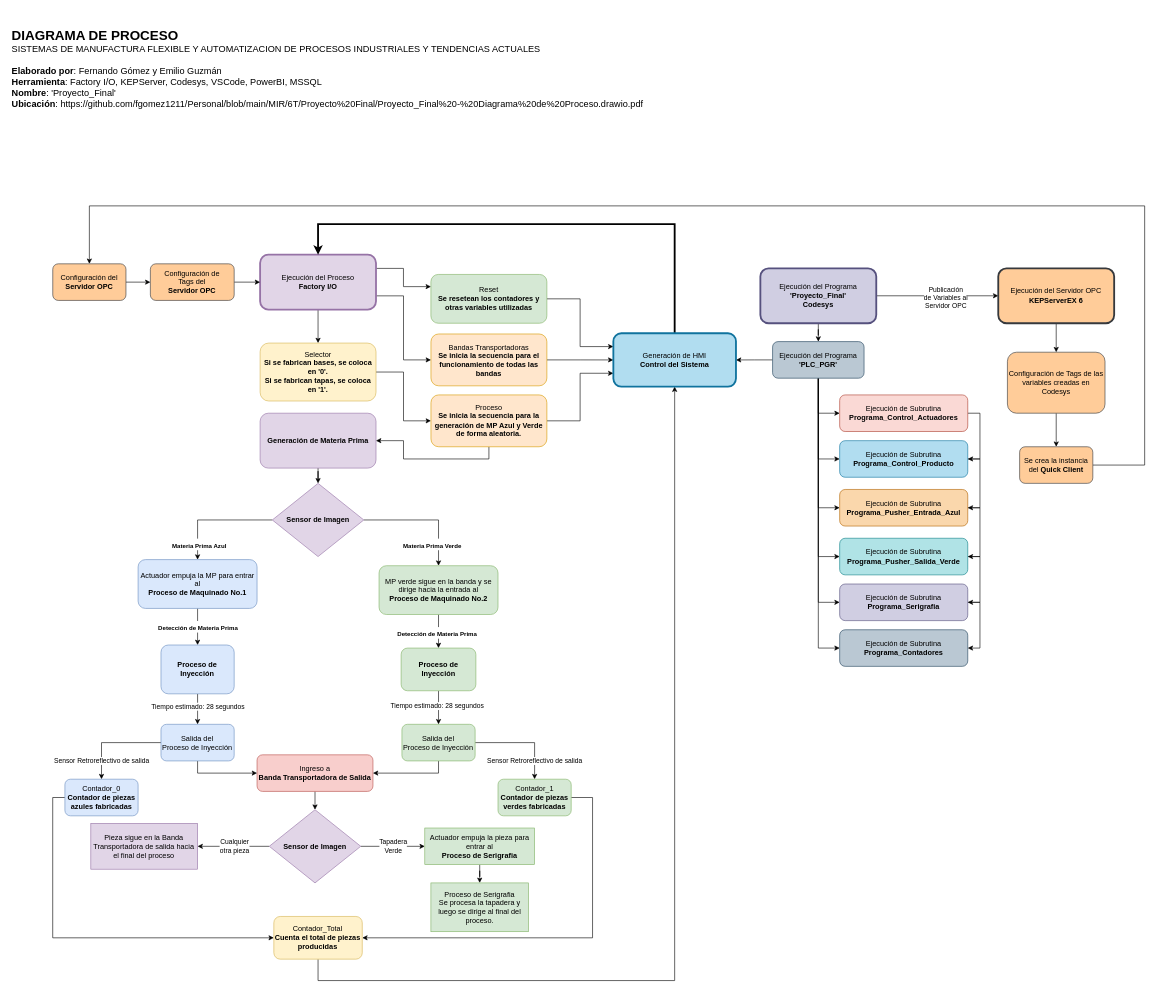
Before: MIR/6T/Proyecto Final/Proyecto_Final - Diagrama de Proceso.drawio in fgomez1211/Personal, a draw.io diagram. Source tidied: cells renumbered, new cells numbered last; positions are measured from the earlier drawing's top-left corner, leaving out a move shared by most shapes. Both pictures are drawn from the tidied source at 61%, with x=0, y=0 at pixel (10, 10).
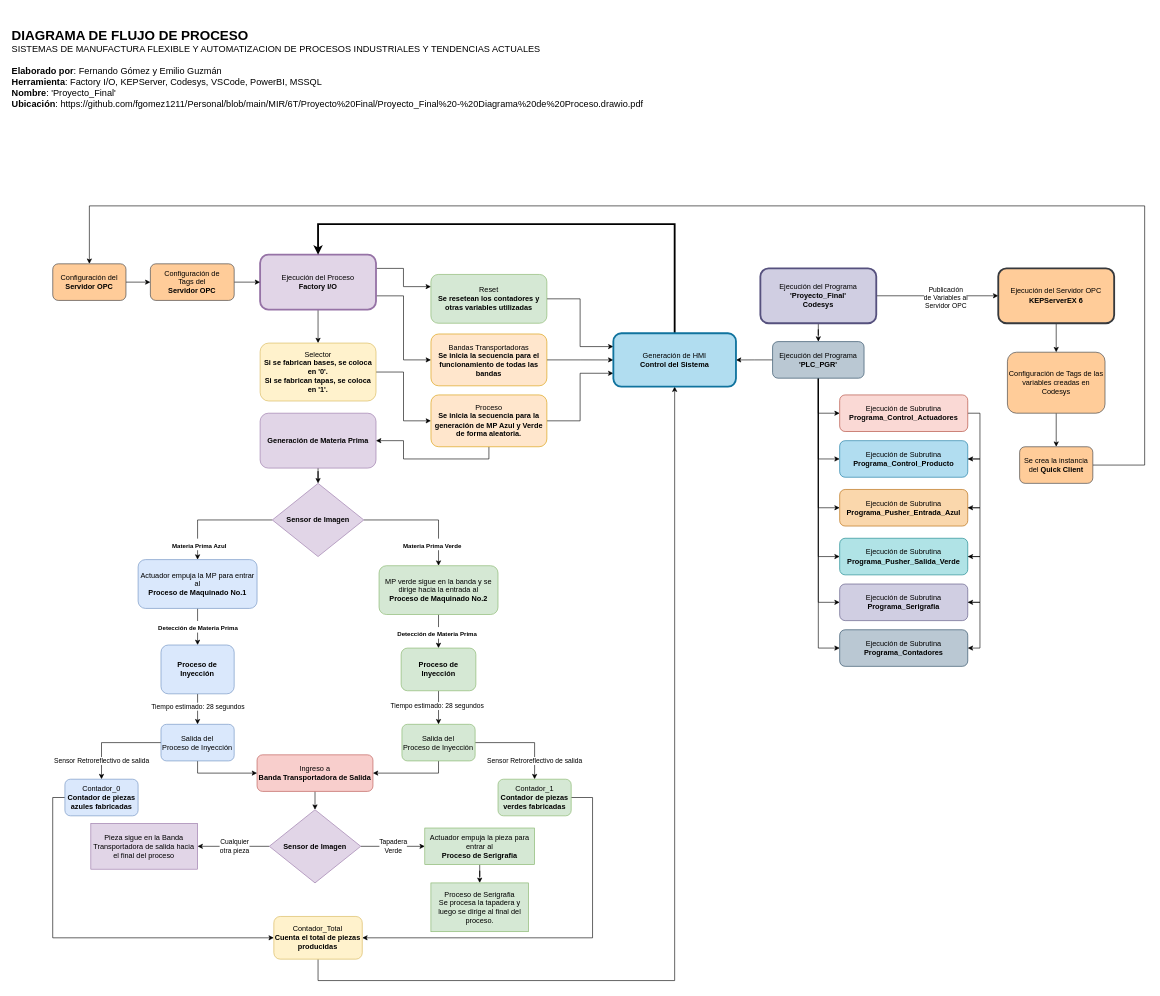
The same diagram, later.

What changed in the source:
```diff
@@
-    <mxCell id="8" value="&lt;b style=&quot;font-size: 22px;&quot;&gt;DIAGRAMA DE PROCESO&lt;br&gt;&lt;/b&gt;&lt;font style=&quot;font-size: 15px;&quot;&gt;&lt;span style=&quot;font-size: 15px;&quot;&gt;SISTEMAS DE MANUFACTURA FLEXIBLE Y AUTOMATIZACION DE PROCESOS INDUSTRIALES Y TENDENCIAS ACTUALES&lt;br&gt;&lt;/span&gt;&lt;br&gt;&lt;span style=&quot;font-size: 15px;&quot;&gt;&lt;b&gt;Elaborado por&lt;/b&gt;: Fernando Gómez y Emilio Guzmán&lt;/span&gt;&lt;br&gt;&lt;span style=&quot;font-size: 15px;&quot;&gt;&lt;b&gt;Herramienta&lt;/b&gt;: Factory I/O, KEPServer, Codesys, VSCode, PowerBI, MSSQL&lt;/span&gt;&lt;br&gt;&lt;span style=&quot;font-size: 15px;&quot;&gt;&lt;b&gt;Nombre&lt;/b&gt;: 'Proyecto_Final'&lt;/span&gt;&lt;br&gt;&lt;font style=&quot;font-size: 15px;&quot;&gt;&lt;b&gt;Ubicación&lt;/b&gt;:&amp;nbsp;https://github.com/fgomez1211/Personal/blob/main/MIR/6T/Proyecto%20Final/Proyecto_Final%20-%20Diagrama%20de%20Proceso.drawio.pdf&lt;/font&gt;&lt;br&gt;&lt;/font&gt;" style="text;html=1;strokeColor=none;fillColor=none;align=left;verticalAlign=middle;whiteSpace=wrap;rounded=0;" parent="1" vertex="1">
+    <mxCell id="8" value="&lt;b style=&quot;font-size: 22px;&quot;&gt;DIAGRAMA DE FLUJO DE PROCESO&lt;br&gt;&lt;/b&gt;&lt;font style=&quot;font-size: 15px;&quot;&gt;&lt;span style=&quot;font-size: 15px;&quot;&gt;SISTEMAS DE MANUFACTURA FLEXIBLE Y AUTOMATIZACION DE PROCESOS INDUSTRIALES Y TENDENCIAS ACTUALES&lt;br&gt;&lt;/span&gt;&lt;br&gt;&lt;span style=&quot;font-size: 15px;&quot;&gt;&lt;b&gt;Elaborado por&lt;/b&gt;: Fernando Gómez y Emilio Guzmán&lt;/span&gt;&lt;br&gt;&lt;span style=&quot;font-size: 15px;&quot;&gt;&lt;b&gt;Herramienta&lt;/b&gt;: Factory I/O, KEPServer, Codesys, VSCode, PowerBI, MSSQL&lt;/span&gt;&lt;br&gt;&lt;span style=&quot;font-size: 15px;&quot;&gt;&lt;b&gt;Nombre&lt;/b&gt;: 'Proyecto_Final'&lt;/span&gt;&lt;br&gt;&lt;font style=&quot;font-size: 15px;&quot;&gt;&lt;b&gt;Ubicación&lt;/b&gt;:&amp;nbsp;https://github.com/fgomez1211/Personal/blob/main/MIR/6T/Proyecto%20Final/Proyecto_Final%20-%20Diagrama%20de%20Proceso.drawio.pdf&lt;/font&gt;&lt;br&gt;&lt;/font&gt;" style="text;html=1;strokeColor=none;fillColor=none;align=left;verticalAlign=middle;whiteSpace=wrap;rounded=0;" parent="1" vertex="1">
       <mxGeometry width="1080" height="190" as="geometry" />
     </mxCell>
```
